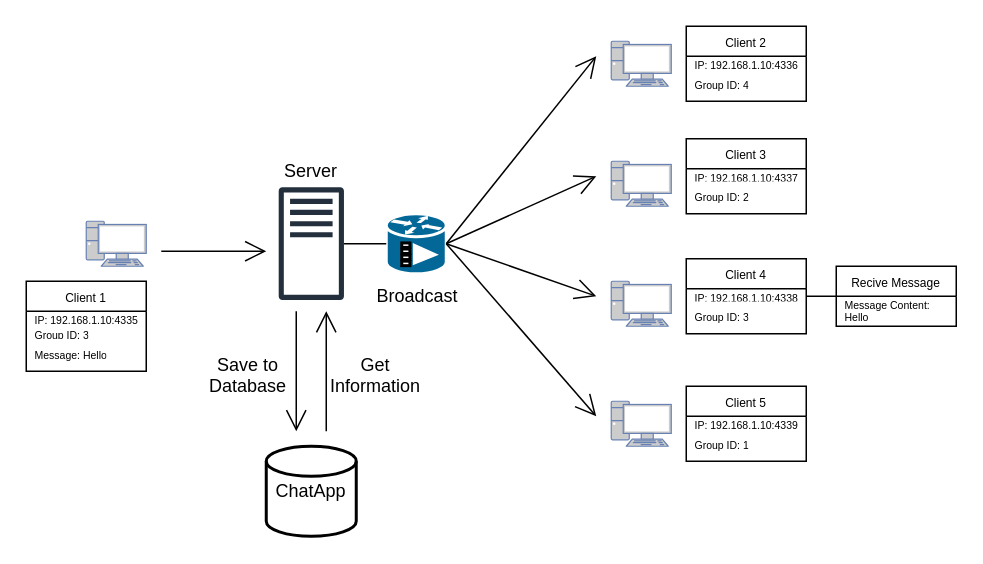
Earlier version of the draw.io diagram ChatAppWorkflow.drawio (harryitc/chat-app). Source tidied: cells renumbered, new cells numbered last; positions are measured from the earlier drawing's top-left corner, leaving out a move shared by most shapes. Both pictures are drawn from the tidied source at 150%, with x=0, y=0 at pixel (26, 26).
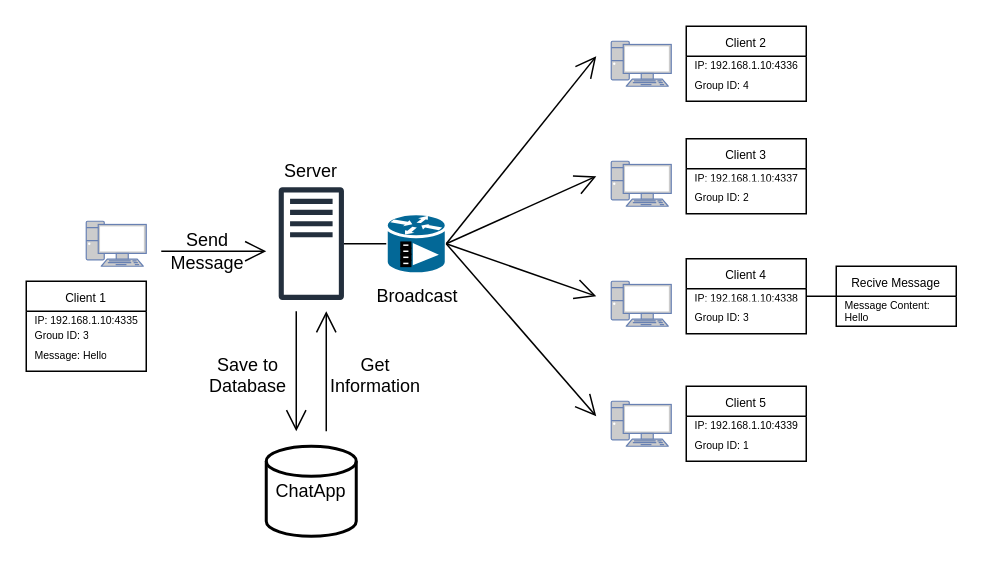
After the change.

Diff of the diagram source:
```diff
@@
+    <mxCell id="41" value="&lt;div&gt;Send Message&lt;/div&gt;" style="text;html=1;align=center;verticalAlign=middle;whiteSpace=wrap;rounded=0;rotation=0;" parent="1" vertex="1">
+      <mxGeometry x="100" y="140" width="41.7" height="20" as="geometry" />
+    </mxCell>
```
